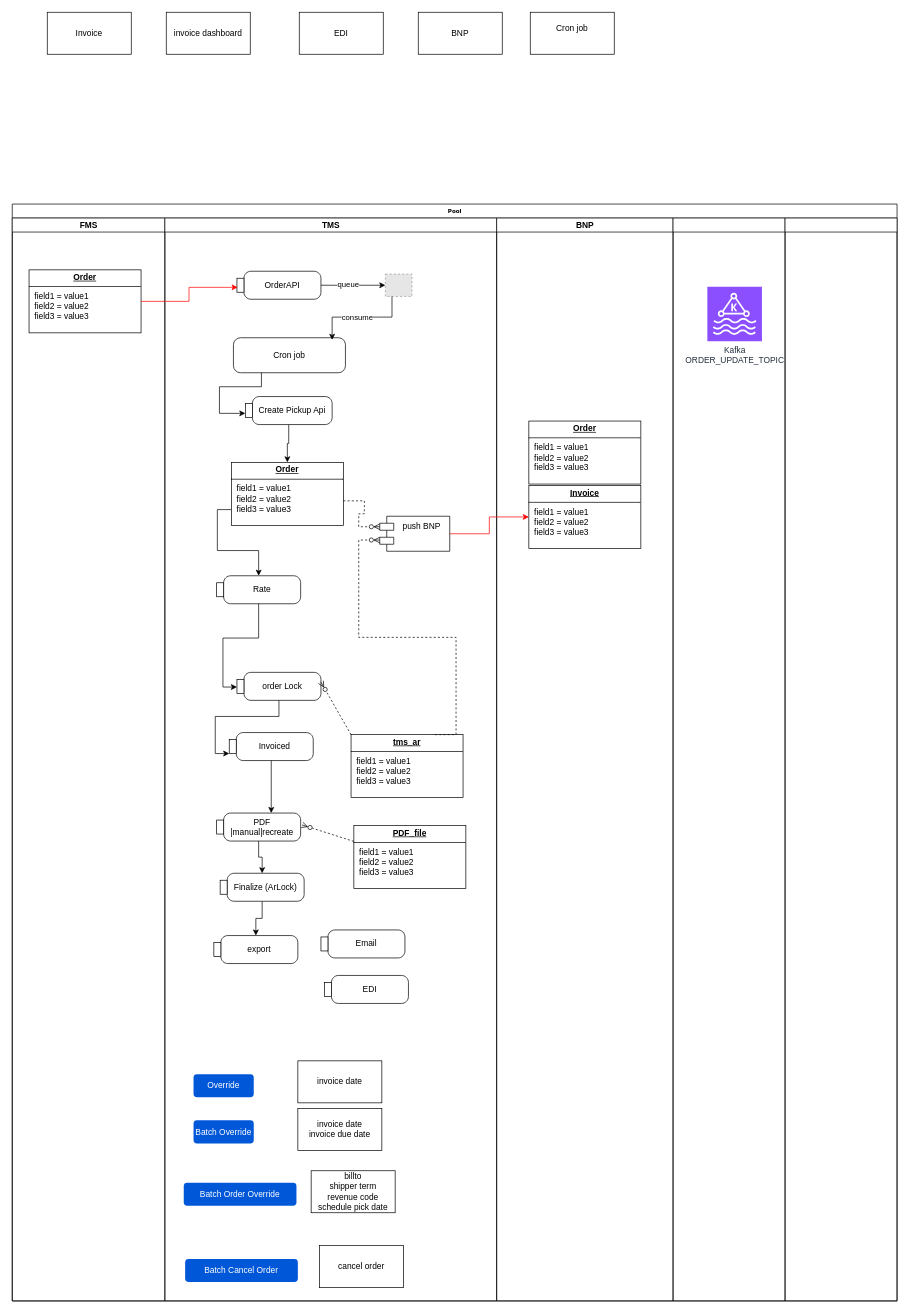
This is public-module/invoice-flow/Untitled Diagram.drawio from 316189693/drawio, a draw.io file, before an edit. Source tidied: cells renumbered, new cells numbered last; positions are measured from the earlier drawing's top-left corner, leaving out a move shared by most shapes. Both pictures are drawn from the tidied source at 70%, with x=0, y=0 at pixel (12, 12). Pictures stored in the file or linked from it are replaced by grey dashed boxes.
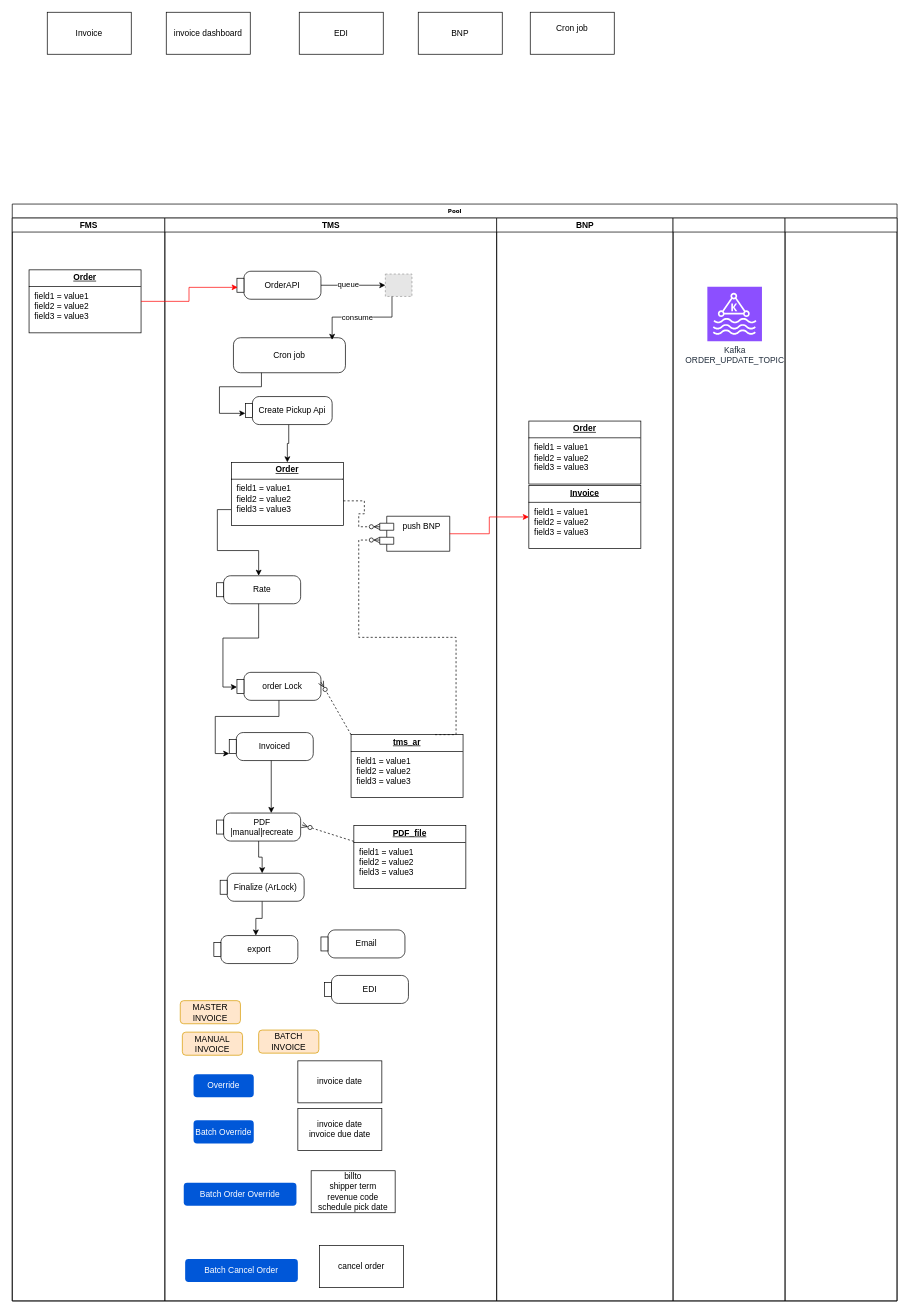
The same diagram, later.

Unchanged cells that the change refers to:
```xml
<mxCell id="5" value="TMS" style="swimlane;html=1;startSize=20;" parent="2" vertex="1">
  <mxGeometry x="218" y="20" width="474" height="1547" as="geometry" />
</mxCell>
```

Diff of the diagram source:
```diff
@@
+    <mxCell id="59" value="MASTER INVOICE" style="rounded=1;fillColor=#ffe6cc;align=center;strokeColor=#d79b00;html=1;whiteSpace=wrap;fontSize=12;sketch=0;" parent="5" vertex="1">
+      <mxGeometry x="22" y="1118" width="86" height="33" as="geometry" />
+    </mxCell>
+    <mxCell id="60" value="MANUAL INVOICE" style="rounded=1;fillColor=#ffe6cc;align=center;strokeColor=#d79b00;html=1;whiteSpace=wrap;fontSize=12;sketch=0;" parent="5" vertex="1">
+      <mxGeometry x="25" y="1163" width="86" height="33" as="geometry" />
+    </mxCell>
+    <mxCell id="61" value="BATCH INVOICE" style="rounded=1;fillColor=#ffe6cc;align=center;strokeColor=#d79b00;html=1;whiteSpace=wrap;fontSize=12;sketch=0;" parent="5" vertex="1">
+      <mxGeometry x="134" y="1160" width="86" height="33" as="geometry" />
+    </mxCell>
```
